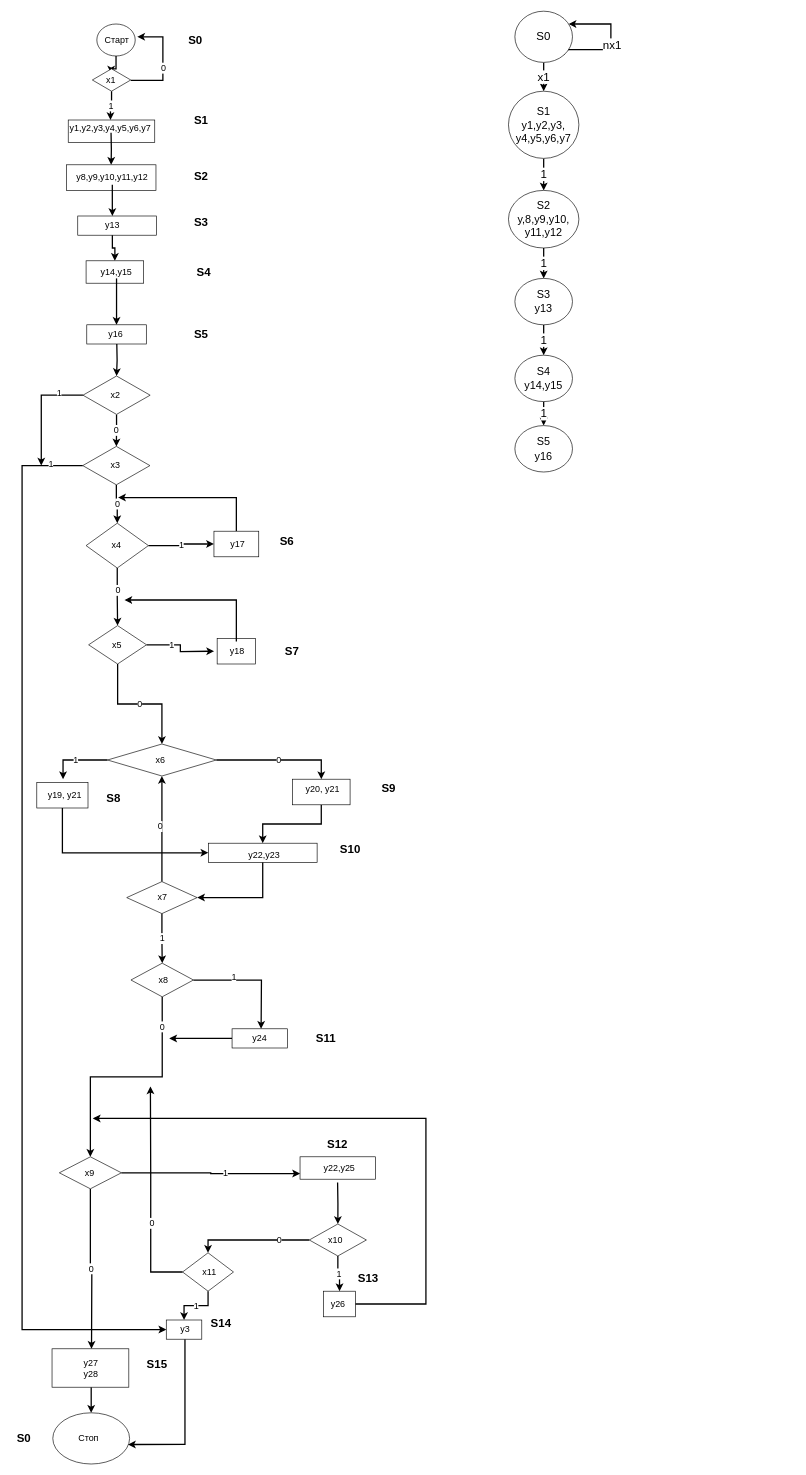
Before: BTDLab2/asdn.drawio in Paremir/Asp.Net-1, a draw.io diagram. Source tidied: cells renumbered, new cells numbered last; positions are measured from the earlier drawing's top-left corner, leaving out a move shared by most shapes. Both pictures are drawn from the tidied source at 64%, with x=0, y=0 at pixel (11, 11).
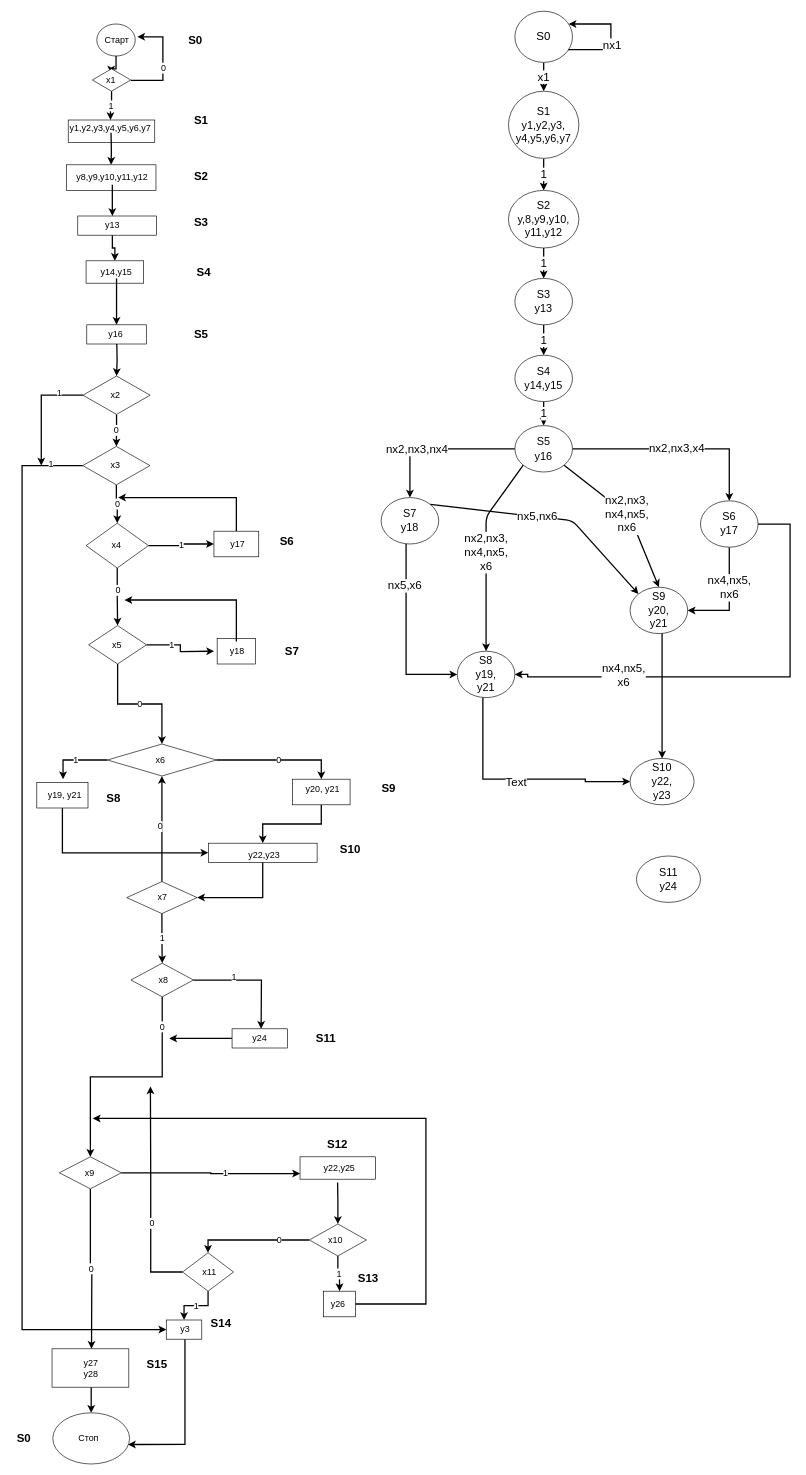
The same page after the edit.

Unchanged cells that the change refers to:
```xml
<mxCell id="136" value="&lt;font style=&quot;font-size: 17px&quot;&gt;S5&lt;br&gt;y16&lt;br&gt;&lt;/font&gt;" style="ellipse;whiteSpace=wrap;html=1;fontSize=18;" parent="1" vertex="1">
  <mxGeometry x="787" y="647.5" width="90" height="72.5" as="geometry" />
</mxCell>
```

Diff of the diagram source:
```diff
@@
+    <mxCell id="137" value="nx2,nx3,x4" style="edgeStyle=orthogonalEdgeStyle;rounded=0;jettySize=auto;html=1;fontSize=18;strokeWidth=2;entryX=0.5;entryY=0;entryDx=0;entryDy=0;" parent="1" edge="1" source="136" target="143">
+      <mxGeometry relative="1" as="geometry">
+        <Array as="points">
+          <mxPoint x="1122" y="684" />
+        </Array>
+      </mxGeometry>
+    </mxCell>
+    <mxCell id="138" style="edgeStyle=orthogonalEdgeStyle;rounded=0;jettySize=auto;html=1;entryX=0.5;entryY=0;entryDx=0;entryDy=0;fontSize=18;strokeWidth=2;" parent="1" edge="1" source="136" target="146">
+      <mxGeometry relative="1" as="geometry" />
+    </mxCell>
+    <mxCell id="139" value="nx2,nx3,nx4" style="edgeLabel;html=1;align=center;verticalAlign=middle;fontSize=18;" parent="138" vertex="1">
+      <mxGeometry x="0.28" y="1" relative="1" as="geometry" />
+    </mxCell>
@@
+    <mxCell id="140" value="nx4,nx5,&lt;br&gt;nx6" style="edgeStyle=orthogonalEdgeStyle;rounded=0;jettySize=auto;html=1;entryX=1;entryY=0.5;entryDx=0;entryDy=0;fontSize=18;strokeWidth=2;exitX=0.5;exitY=1;exitDx=0;exitDy=0;" parent="1" edge="1" source="143" target="151">
+      <mxGeometry x="-0.24" relative="1" as="geometry">
+        <mxPoint y="1" as="offset" />
+      </mxGeometry>
+    </mxCell>
+    <mxCell id="141" style="edgeStyle=orthogonalEdgeStyle;rounded=0;jettySize=auto;html=1;fontSize=18;strokeWidth=2;entryX=1;entryY=0.5;entryDx=0;entryDy=0;" parent="1" edge="1" source="143" target="149">
+      <mxGeometry relative="1" as="geometry">
+        <Array as="points">
+          <mxPoint x="1217" y="801" />
+          <mxPoint x="1217" y="1040" />
+          <mxPoint x="807" y="1040" />
+          <mxPoint x="807" y="1036" />
+        </Array>
+      </mxGeometry>
+    </mxCell>
+    <mxCell id="142" value="nx4,nx5,&lt;br&gt;x6" style="edgeLabel;html=1;align=center;verticalAlign=middle;fontSize=18;" parent="141" vertex="1">
+      <mxGeometry x="0.52" y="-3" relative="1" as="geometry" />
+    </mxCell>
+    <mxCell id="143" value="&lt;font style=&quot;font-size: 17px&quot;&gt;S6&lt;br&gt;y17&lt;br&gt;&lt;/font&gt;" style="ellipse;whiteSpace=wrap;html=1;fontSize=18;" parent="1" vertex="1">
+      <mxGeometry x="1077" y="765" width="90" height="72.5" as="geometry" />
+    </mxCell>
+    <mxCell id="144" style="edgeStyle=orthogonalEdgeStyle;rounded=0;jettySize=auto;html=1;fontSize=18;strokeWidth=2;entryX=0;entryY=0.5;entryDx=0;entryDy=0;" parent="1" edge="1" source="146" target="149">
+      <mxGeometry relative="1" as="geometry">
+        <Array as="points">
+          <mxPoint x="617" y="1036" />
+        </Array>
+      </mxGeometry>
+    </mxCell>
+    <mxCell id="145" value="nx5,x6" style="edgeLabel;html=1;align=center;verticalAlign=middle;fontSize=18;" parent="144" vertex="1">
+      <mxGeometry x="-0.54" y="-3" relative="1" as="geometry" />
+    </mxCell>
+    <mxCell id="146" value="&lt;font style=&quot;font-size: 17px&quot;&gt;S7&lt;br&gt;y18&lt;br&gt;&lt;/font&gt;" style="ellipse;whiteSpace=wrap;html=1;fontSize=18;" parent="1" vertex="1">
+      <mxGeometry x="578" y="760" width="90" height="72.5" as="geometry" />
+    </mxCell>
+    <mxCell id="147" style="edgeStyle=orthogonalEdgeStyle;rounded=0;jettySize=auto;html=1;fontSize=18;strokeWidth=2;entryX=0;entryY=0.5;entryDx=0;entryDy=0;" parent="1" edge="1" source="149" target="156">
+      <mxGeometry relative="1" as="geometry">
+        <Array as="points">
+          <mxPoint x="737" y="1200" />
+          <mxPoint x="897" y="1200" />
+          <mxPoint x="897" y="1204" />
+        </Array>
+      </mxGeometry>
+    </mxCell>
+    <mxCell id="148" value="Text" style="edgeLabel;html=1;align=center;verticalAlign=middle;fontSize=18;" parent="147" vertex="1">
+      <mxGeometry x="-0.01" y="-4" relative="1" as="geometry" />
+    </mxCell>
+    <mxCell id="149" value="&lt;font style=&quot;font-size: 17px&quot;&gt;S8&lt;br&gt;y19,&lt;br&gt;y21&lt;br&gt;&lt;/font&gt;" style="ellipse;whiteSpace=wrap;html=1;fontSize=18;" parent="1" vertex="1">
+      <mxGeometry x="697" y="1000" width="90" height="72.5" as="geometry" />
+    </mxCell>
+    <mxCell id="150" style="edgeStyle=orthogonalEdgeStyle;rounded=0;jettySize=auto;html=1;entryX=0.5;entryY=0;entryDx=0;entryDy=0;fontSize=18;strokeWidth=2;" parent="1" edge="1" source="151" target="156">
+      <mxGeometry relative="1" as="geometry">
+        <Array as="points">
+          <mxPoint x="1017" y="1040" />
+          <mxPoint x="1017" y="1040" />
+        </Array>
+      </mxGeometry>
+    </mxCell>
+    <mxCell id="151" value="&lt;font style=&quot;font-size: 17px&quot;&gt;S9&lt;br&gt;y20,&lt;br&gt;y21&lt;br&gt;&lt;/font&gt;" style="ellipse;whiteSpace=wrap;html=1;fontSize=18;" parent="1" vertex="1">
+      <mxGeometry x="967" y="900" width="90" height="72.5" as="geometry" />
+    </mxCell>
+    <mxCell id="152" value="nx2,nx3,&lt;br&gt;nx4,nx5,&lt;br&gt;x6" style="endArrow=classic;html=1;fontSize=18;strokeWidth=2;exitX=0;exitY=1;exitDx=0;exitDy=0;entryX=0.5;entryY=0;entryDx=0;entryDy=0;" parent="1" edge="1" source="136" target="149">
+      <mxGeometry relative="1" as="geometry">
+        <Array as="points">
+          <mxPoint x="742" y="790" />
+        </Array>
+      </mxGeometry>
+    </mxCell>
+    <mxCell id="153" value="nx2,nx3,&lt;br&gt;nx4,nx5,&lt;br&gt;nx6" style="endArrow=classic;html=1;fontSize=18;strokeWidth=2;exitX=1;exitY=1;exitDx=0;exitDy=0;entryX=0.5;entryY=0;entryDx=0;entryDy=0;" parent="1" edge="1" source="136" target="151">
+      <mxGeometry relative="1" as="geometry">
+        <Array as="points">
+          <mxPoint x="967" y="790" />
+        </Array>
+      </mxGeometry>
+    </mxCell>
+    <mxCell id="154" style="endArrow=classic;html=1;fontSize=18;strokeWidth=2;entryX=0;entryY=0;entryDx=0;entryDy=0;exitX=1;exitY=0;exitDx=0;exitDy=0;" parent="1" edge="1" source="146" target="151">
+      <mxGeometry relative="1" as="geometry">
+        <Array as="points">
+          <mxPoint x="877" y="796" />
+        </Array>
+      </mxGeometry>
+    </mxCell>
+    <mxCell id="155" value="nx5,nx6" style="edgeLabel;html=1;align=center;verticalAlign=middle;fontSize=18;" parent="154" vertex="1">
+      <mxGeometry x="-0.11" y="1" relative="1" as="geometry" />
+    </mxCell>
+    <mxCell id="156" value="&lt;font style=&quot;font-size: 17px&quot;&gt;S10&lt;br&gt;y22,&lt;br&gt;y23&lt;br&gt;&lt;/font&gt;" style="ellipse;whiteSpace=wrap;html=1;fontSize=18;" parent="1" vertex="1">
+      <mxGeometry x="967" y="1167.5" width="100" height="72.5" as="geometry" />
+    </mxCell>
+    <mxCell id="157" value="&lt;font style=&quot;font-size: 17px&quot;&gt;S11&lt;br&gt;y24&lt;br&gt;&lt;/font&gt;" style="ellipse;whiteSpace=wrap;html=1;fontSize=18;" parent="1" vertex="1">
+      <mxGeometry x="977" y="1320" width="100" height="72.5" as="geometry" />
+    </mxCell>
```
